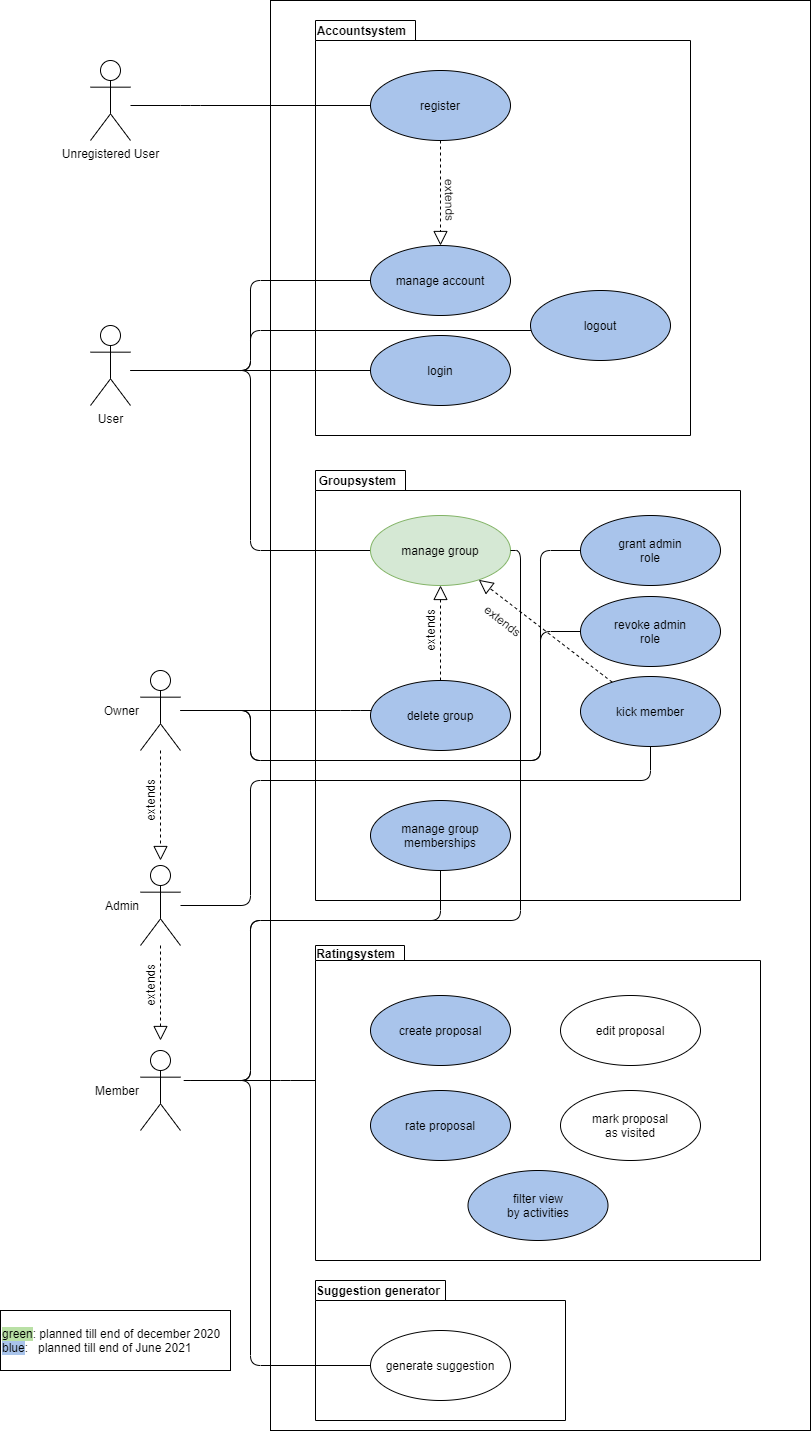
Earlier version of the draw.io export PlaceToBeer UCD.png (placetobeer/documentation). Source tidied: cells renumbered, new cells last; positions are measured from the earlier drawing's top-left corner, leaving out a move shared by most shapes.
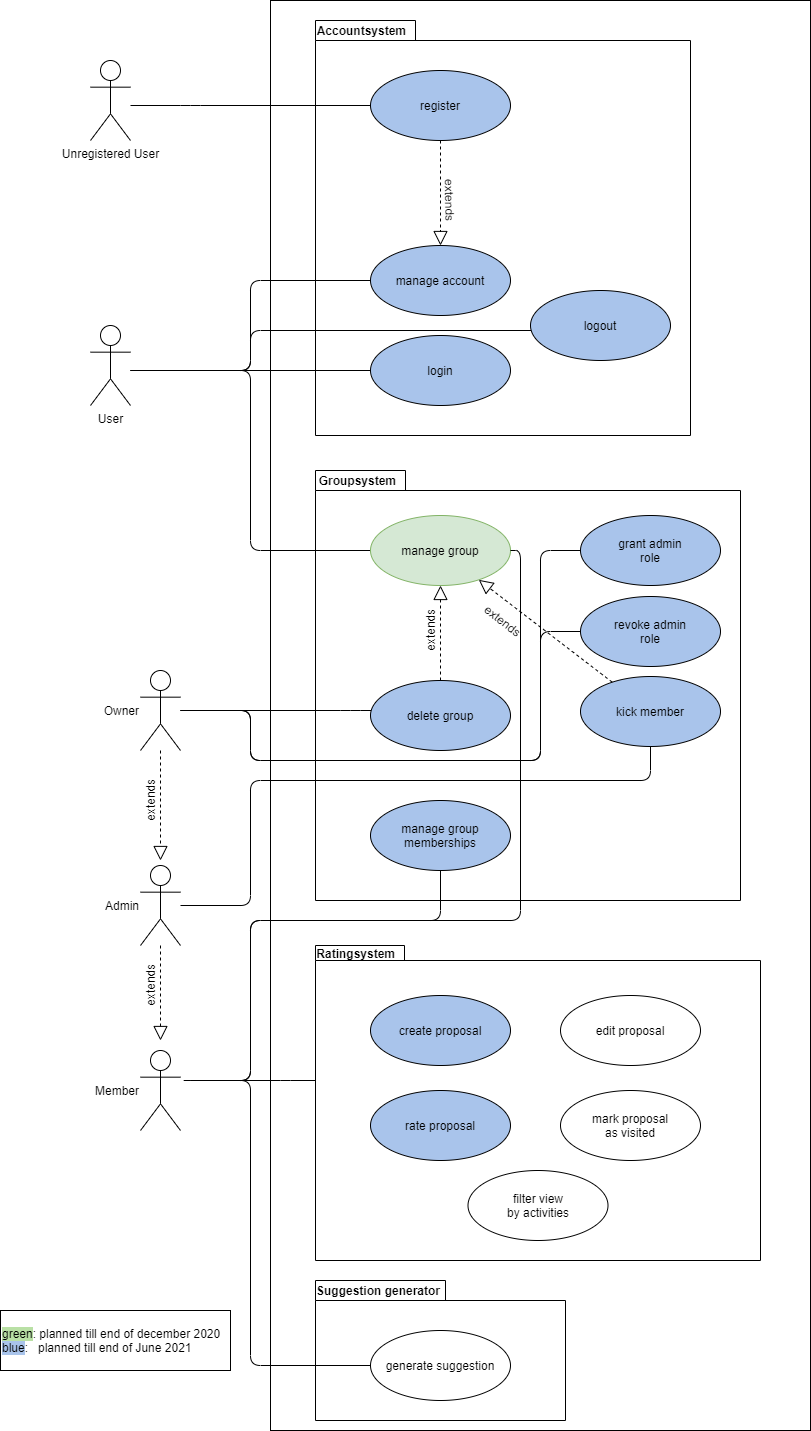
After the change.

Commit message:
adapted scope to realistic expectations

What changed in the source:
```diff
@@ -94,7 +94,7 @@
     <mxCell id="24" value="mark proposal&lt;br&gt;as visited" style="ellipse;whiteSpace=wrap;html=1;" parent="1" vertex="1">
       <mxGeometry x="560" y="1090" width="140" height="70" as="geometry" />
     </mxCell>
-    <mxCell id="25" value="filter view&lt;br&gt;by activities" style="ellipse;whiteSpace=wrap;html=1;fillColor=#A9C4EB;" parent="1" vertex="1">
+    <mxCell id="25" value="filter view&lt;br&gt;by activities" style="ellipse;whiteSpace=wrap;html=1;" parent="1" vertex="1">
       <mxGeometry x="467.5" y="1170" width="140" height="70" as="geometry" />
     </mxCell>
     <mxCell id="26" value="Suggestion generator" style="shape=folder;fontStyle=1;spacingTop=10;tabWidth=130;tabHeight=20;tabPosition=left;html=1;spacing=-18;labelPosition=left;verticalLabelPosition=top;align=right;verticalAlign=bottom;spacingRight=-106;" parent="1" vertex="1">
```
